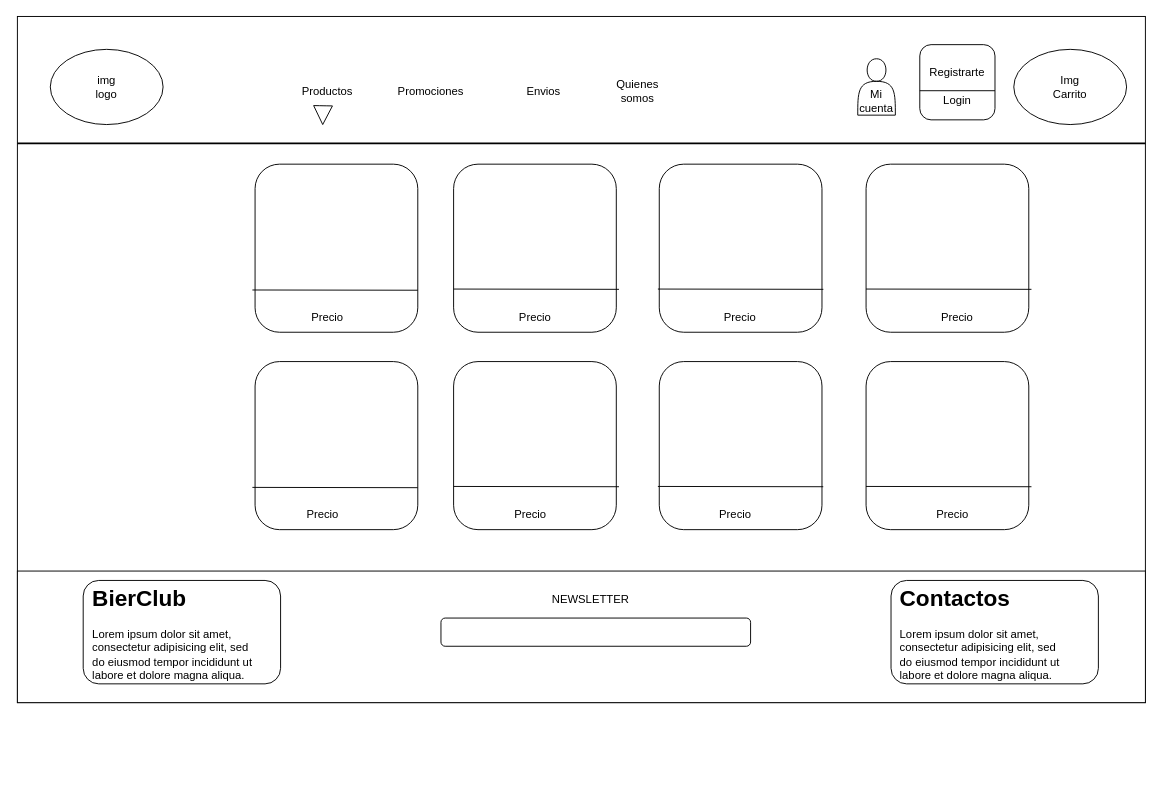
This is page "Page-2" (2 of 3) of Bocetos/Bocetos-de-Home/Home-1200.drawio from Evaristodantur/BierClub, a draw.io file, before an edit. Source tidied: cells renumbered, new cells numbered last; positions are measured from the earlier drawing's top-left corner, leaving out a move shared by most shapes. Both pictures are drawn from the tidied source at 94%, with x=0, y=0 at pixel (17, 16).
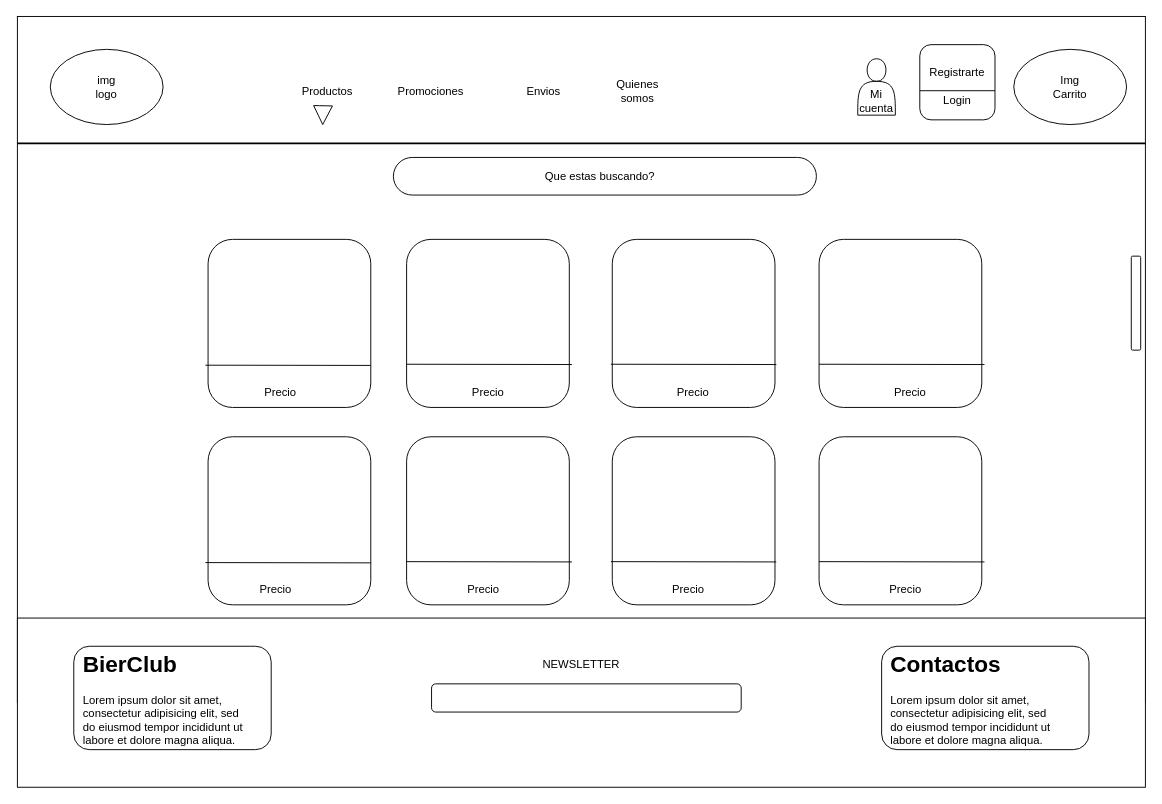
The same diagram, later.

Change to the diagram source:
```diff
@@
     <mxCell id="6" style="rounded=0;whiteSpace=wrap;html=1;" parent="1" vertex="1">
-      <mxGeometry y="590" width="1200" height="140" as="geometry" />
+      <mxGeometry y="640" width="1200" height="180" as="geometry" />
     </mxCell>
@@
     <mxCell id="8" value="NEWSLETTER" style="text;html=1;strokeColor=none;fillColor=none;align=center;verticalAlign=middle;whiteSpace=wrap;rounded=0;" parent="1" vertex="1">
-      <mxGeometry x="590" y="610" width="40" height="20" as="geometry" />
+      <mxGeometry x="580" y="680" width="40" height="20" as="geometry" />
     </mxCell>
@@
     <mxCell id="11" style="rounded=1;whiteSpace=wrap;html=1;rotation=90;" parent="1" vertex="1">
-      <mxGeometry x="250" y="160" width="178.8" height="173.1" as="geometry" />
+      <mxGeometry x="200" y="240" width="178.8" height="173.1" as="geometry" />
     </mxCell>
     <mxCell id="12" style="rounded=1;whiteSpace=wrap;html=1;rotation=90;" parent="1" vertex="1">
-      <mxGeometry x="461.2" y="160" width="178.8" height="173.1" as="geometry" />
+      <mxGeometry x="411.2" y="240" width="178.8" height="173.1" as="geometry" />
     </mxCell>
     <mxCell id="13" style="rounded=1;whiteSpace=wrap;html=1;rotation=90;" parent="1" vertex="1">
-      <mxGeometry x="680" y="160" width="178.8" height="173.1" as="geometry" />
+      <mxGeometry x="630" y="240" width="178.8" height="173.1" as="geometry" />
     </mxCell>
     <mxCell id="14" style="rounded=1;whiteSpace=wrap;html=1;rotation=90;" parent="1" vertex="1">
-      <mxGeometry x="900" y="160" width="178.8" height="173.1" as="geometry" />
+      <mxGeometry x="850" y="240" width="178.8" height="173.1" as="geometry" />
     </mxCell>
     <mxCell id="15" style="rounded=1;whiteSpace=wrap;html=1;rotation=90;" parent="1" vertex="1">
-      <mxGeometry x="250" y="370" width="178.8" height="173.1" as="geometry" />
+      <mxGeometry x="200" y="450" width="178.8" height="173.1" as="geometry" />
     </mxCell>
     <mxCell id="16" style="rounded=1;whiteSpace=wrap;html=1;rotation=90;" parent="1" vertex="1">
-      <mxGeometry x="461.2" y="370" width="178.8" height="173.1" as="geometry" />
+      <mxGeometry x="411.2" y="450" width="178.8" height="173.1" as="geometry" />
     </mxCell>
     <mxCell id="17" style="rounded=1;whiteSpace=wrap;html=1;rotation=90;" parent="1" vertex="1">
-      <mxGeometry x="680" y="370" width="178.8" height="173.1" as="geometry" />
+      <mxGeometry x="630" y="450" width="178.8" height="173.1" as="geometry" />
     </mxCell>
     <mxCell id="18" style="rounded=1;whiteSpace=wrap;html=1;rotation=90;" parent="1" vertex="1">
-      <mxGeometry x="900" y="370" width="178.8" height="173.1" as="geometry" />
+      <mxGeometry x="850" y="450" width="178.8" height="173.1" as="geometry" />
     </mxCell>
     <mxCell id="19" style="endArrow=none;html=1;entryX=0.75;entryY=0;entryDx=0;entryDy=0;" parent="1" edge="1" target="11">
       <mxGeometry relative="1" as="geometry">
-        <mxPoint x="250" y="291" as="sourcePoint" />
+        <mxPoint x="200" y="371" as="sourcePoint" />
       </mxGeometry>
     </mxCell>
     <mxCell id="20" style="endArrow=none;html=1;entryX=0.75;entryY=0;entryDx=0;entryDy=0;" parent="1" edge="1">
       <mxGeometry relative="1" as="geometry">
-        <mxPoint x="464.1" y="290" as="sourcePoint" />
-        <mxPoint x="640" y="290.3" as="targetPoint" />
+        <mxPoint x="414.1" y="370" as="sourcePoint" />
+        <mxPoint x="590" y="370.3" as="targetPoint" />
       </mxGeometry>
     </mxCell>
     <mxCell id="21" style="endArrow=none;html=1;entryX=0.75;entryY=0;entryDx=0;entryDy=0;" parent="1" edge="1">
       <mxGeometry relative="1" as="geometry">
-        <mxPoint x="681.4" y="290" as="sourcePoint" />
-        <mxPoint x="857.4" y="290.3" as="targetPoint" />
+        <mxPoint x="631.4" y="370" as="sourcePoint" />
+        <mxPoint x="807.4" y="370.3" as="targetPoint" />
       </mxGeometry>
     </mxCell>
     <mxCell id="22" style="endArrow=none;html=1;entryX=0.75;entryY=0;entryDx=0;entryDy=0;" parent="1" edge="1">
       <mxGeometry relative="1" as="geometry">
-        <mxPoint x="902.8" y="290" as="sourcePoint" />
-        <mxPoint x="1078.8" y="290.3" as="targetPoint" />
+        <mxPoint x="852.8" y="370" as="sourcePoint" />
+        <mxPoint x="1028.8" y="370.3" as="targetPoint" />
       </mxGeometry>
     </mxCell>
     <mxCell id="23" style="endArrow=none;html=1;entryX=0.75;entryY=0;entryDx=0;entryDy=0;" parent="1" edge="1">
       <mxGeometry relative="1" as="geometry">
-        <mxPoint x="250" y="501" as="sourcePoint" />
-        <mxPoint x="425.9" y="501.3" as="targetPoint" />
+        <mxPoint x="200" y="581" as="sourcePoint" />
+        <mxPoint x="375.9" y="581.3" as="targetPoint" />
       </mxGeometry>
     </mxCell>
     <mxCell id="24" style="endArrow=none;html=1;entryX=0.75;entryY=0;entryDx=0;entryDy=0;" parent="1" edge="1">
       <mxGeometry relative="1" as="geometry">
-        <mxPoint x="464.1" y="500" as="sourcePoint" />
-        <mxPoint x="640" y="500.3" as="targetPoint" />
+        <mxPoint x="414.1" y="580" as="sourcePoint" />
+        <mxPoint x="590" y="580.3" as="targetPoint" />
       </mxGeometry>
     </mxCell>
     <mxCell id="25" style="endArrow=none;html=1;entryX=0.75;entryY=0;entryDx=0;entryDy=0;" parent="1" edge="1">
       <mxGeometry relative="1" as="geometry">
-        <mxPoint x="681.4" y="500" as="sourcePoint" />
-        <mxPoint x="857.3" y="500.3" as="targetPoint" />
+        <mxPoint x="631.4" y="580" as="sourcePoint" />
+        <mxPoint x="807.3" y="580.3" as="targetPoint" />
       </mxGeometry>
     </mxCell>
     <mxCell id="26" style="endArrow=none;html=1;entryX=0.75;entryY=0;entryDx=0;entryDy=0;" parent="1" edge="1">
       <mxGeometry relative="1" as="geometry">
-        <mxPoint x="902.8" y="500" as="sourcePoint" />
-        <mxPoint x="1078.8" y="500.3" as="targetPoint" />
+        <mxPoint x="852.8" y="580" as="sourcePoint" />
+        <mxPoint x="1028.8" y="580.3" as="targetPoint" />
       </mxGeometry>
     </mxCell>
     <mxCell id="27" value="Precio" style="text;html=1;strokeColor=none;fillColor=none;align=center;verticalAlign=middle;whiteSpace=wrap;rounded=0;" parent="1" vertex="1">
-      <mxGeometry x="310" y="310" width="40" height="20" as="geometry" />
+      <mxGeometry x="260" y="390" width="40" height="20" as="geometry" />
     </mxCell>
     <mxCell id="28" value="Precio" style="text;html=1;strokeColor=none;fillColor=none;align=center;verticalAlign=middle;whiteSpace=wrap;rounded=0;" parent="1" vertex="1">
-      <mxGeometry x="980" y="310" width="40" height="20" as="geometry" />
+      <mxGeometry x="930" y="390" width="40" height="20" as="geometry" />
     </mxCell>
     <mxCell id="29" value="Precio" style="text;html=1;strokeColor=none;fillColor=none;align=center;verticalAlign=middle;whiteSpace=wrap;rounded=0;" parent="1" vertex="1">
-      <mxGeometry x="749.4" y="310" width="40" height="20" as="geometry" />
+      <mxGeometry x="699.4" y="390" width="40" height="20" as="geometry" />
     </mxCell>
     <mxCell id="30" value="Precio" style="text;html=1;strokeColor=none;fillColor=none;align=center;verticalAlign=middle;whiteSpace=wrap;rounded=0;" parent="1" vertex="1">
-      <mxGeometry x="530.6" y="310" width="40" height="20" as="geometry" />
+      <mxGeometry x="480.6" y="390" width="40" height="20" as="geometry" />
     </mxCell>
     <mxCell id="31" value="Precio" style="text;html=1;strokeColor=none;fillColor=none;align=center;verticalAlign=middle;whiteSpace=wrap;rounded=0;" parent="1" vertex="1">
-      <mxGeometry x="305" y="520" width="40" height="20" as="geometry" />
+      <mxGeometry x="255" y="600" width="40" height="20" as="geometry" />
     </mxCell>
     <mxCell id="32" value="Precio" style="text;html=1;strokeColor=none;fillColor=none;align=center;verticalAlign=middle;whiteSpace=wrap;rounded=0;" parent="1" vertex="1">
-      <mxGeometry x="975" y="520" width="40" height="20" as="geometry" />
+      <mxGeometry x="925" y="600" width="40" height="20" as="geometry" />
     </mxCell>
     <mxCell id="33" value="Precio" style="text;html=1;strokeColor=none;fillColor=none;align=center;verticalAlign=middle;whiteSpace=wrap;rounded=0;" parent="1" vertex="1">
-      <mxGeometry x="744.4" y="520" width="40" height="20" as="geometry" />
+      <mxGeometry x="694.4" y="600" width="40" height="20" as="geometry" />
     </mxCell>
     <mxCell id="34" value="Precio" style="text;html=1;strokeColor=none;fillColor=none;align=center;verticalAlign=middle;whiteSpace=wrap;rounded=0;" parent="1" vertex="1">
-      <mxGeometry x="525.6" y="520" width="40" height="20" as="geometry" />
+      <mxGeometry x="475.6" y="600" width="40" height="20" as="geometry" />
     </mxCell>
@@
     <mxCell id="44" style="rounded=1;whiteSpace=wrap;html=1;" parent="1" vertex="1">
-      <mxGeometry x="70" y="600" width="210" height="110" as="geometry" />
+      <mxGeometry x="60" y="670" width="210" height="110" as="geometry" />
     </mxCell>
     <mxCell id="45" value="&lt;h1&gt;BierClub&lt;/h1&gt;&lt;p&gt;Lorem ipsum dolor sit amet, consectetur adipisicing elit, sed do eiusmod tempor incididunt ut labore et dolore magna aliqua.&lt;/p&gt;" style="text;html=1;strokeColor=none;fillColor=none;spacing=5;spacingTop=-20;whiteSpace=wrap;overflow=hidden;rounded=0;" parent="1" vertex="1">
-      <mxGeometry x="75" y="600" width="190" height="120" as="geometry" />
+      <mxGeometry x="65" y="670" width="190" height="120" as="geometry" />
     </mxCell>
     <mxCell id="46" style="rounded=1;whiteSpace=wrap;html=1;" parent="1" vertex="1">
-      <mxGeometry x="450.6" y="640" width="329.4" height="30" as="geometry" />
+      <mxGeometry x="440.6" y="710" width="329.4" height="30" as="geometry" />
     </mxCell>
     <mxCell id="47" style="rounded=1;whiteSpace=wrap;html=1;" parent="1" vertex="1">
-      <mxGeometry x="929.4" y="600" width="220.6" height="110" as="geometry" />
+      <mxGeometry x="919.4" y="670" width="220.6" height="110" as="geometry" />
     </mxCell>
     <mxCell id="48" value="&lt;h1&gt;Contactos&lt;/h1&gt;&lt;p&gt;Lorem ipsum dolor sit amet, consectetur adipisicing elit, sed do eiusmod tempor incididunt ut labore et dolore magna aliqua.&lt;/p&gt;" style="text;html=1;strokeColor=none;fillColor=none;spacing=5;spacingTop=-20;whiteSpace=wrap;overflow=hidden;rounded=0;" parent="1" vertex="1">
-      <mxGeometry x="934" y="600" width="190" height="120" as="geometry" />
+      <mxGeometry x="924" y="670" width="190" height="120" as="geometry" />
     </mxCell>
@@
+    <mxCell id="50" style="rounded=1;whiteSpace=wrap;html=1;arcSize=50;" parent="1" vertex="1">
+      <mxGeometry x="400" y="150" width="450" height="40" as="geometry" />
+    </mxCell>
+    <mxCell id="51" value="Que estas buscando?" style="text;html=1;strokeColor=none;fillColor=none;align=center;verticalAlign=middle;whiteSpace=wrap;rounded=0;" parent="1" vertex="1">
+      <mxGeometry x="530" y="160" width="180" height="20" as="geometry" />
+    </mxCell>
+    <mxCell id="52" style="rounded=1;whiteSpace=wrap;html=1;rotation=90;" parent="1" vertex="1">
+      <mxGeometry x="1140" y="300" width="100" height="10" as="geometry" />
+    </mxCell>
```
